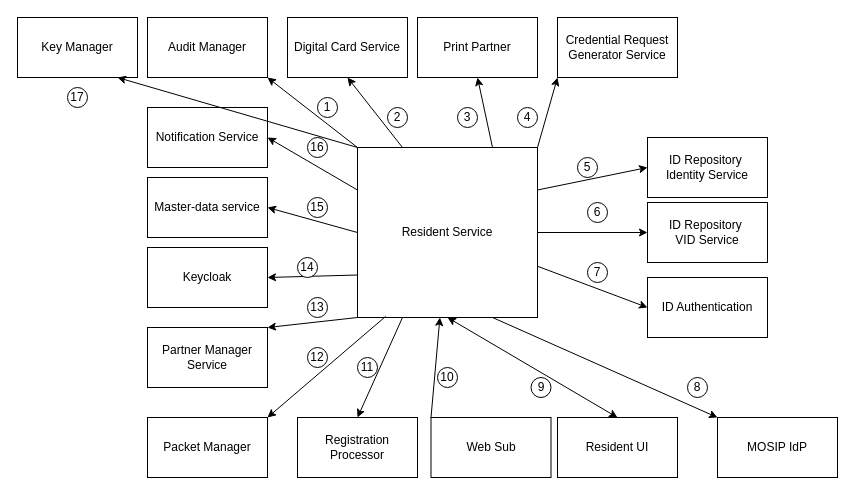
Earlier version of the draw.io diagram docs/_images/rs-entity-relationship.drawio (mosip/documentation). Source tidied: cells renumbered, new cells numbered last; positions are measured from the earlier drawing's top-left corner, leaving out a move shared by most shapes. Both pictures are drawn from the tidied source at 100%, with x=0, y=0 at pixel (17, 17).
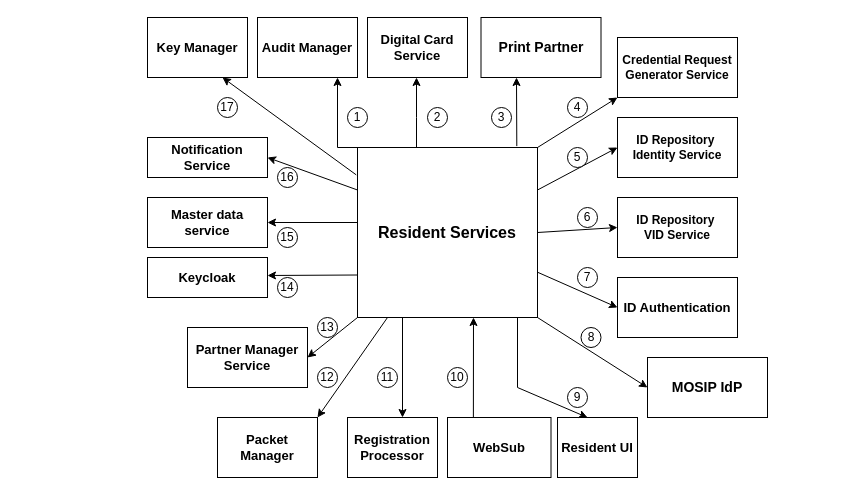
After the change.

What changed in the source:
```diff
@@
-    <mxCell id="2" value="Resident Service" style="rounded=0;whiteSpace=wrap;html=1;" parent="1" vertex="1">
+    <mxCell id="2" value="&lt;b&gt;&lt;font style=&quot;font-size: 16px;&quot;&gt;Resident Services&lt;/font&gt;&lt;/b&gt;" style="rounded=0;whiteSpace=wrap;html=1;" parent="1" vertex="1">
       <mxGeometry x="340" y="130" width="180" height="170" as="geometry" />
     </mxCell>
-    <mxCell id="3" value="Resident UI" style="rounded=0;whiteSpace=wrap;html=1;" parent="1" vertex="1">
-      <mxGeometry x="540" y="400" width="120" height="60" as="geometry" />
+    <mxCell id="3" value="&lt;b&gt;&lt;font style=&quot;font-size: 13px;&quot;&gt;Resident UI&lt;/font&gt;&lt;/b&gt;" style="rounded=0;whiteSpace=wrap;html=1;" parent="1" vertex="1">
+      <mxGeometry x="540" y="400" width="80" height="60" as="geometry" />
     </mxCell>
-    <mxCell id="4" value="MOSIP IdP" style="rounded=0;whiteSpace=wrap;html=1;" parent="1" vertex="1">
-      <mxGeometry x="700" y="400" width="120" height="60" as="geometry" />
+    <mxCell id="4" value="&lt;b&gt;&lt;font style=&quot;font-size: 14px;&quot;&gt;MOSIP IdP&lt;/font&gt;&lt;/b&gt;" style="rounded=0;whiteSpace=wrap;html=1;" parent="1" vertex="1">
+      <mxGeometry x="630" y="340" width="120" height="60" as="geometry" />
     </mxCell>
-    <mxCell id="5" value="ID Repository&amp;nbsp;&lt;br&gt;VID Service" style="rounded=0;whiteSpace=wrap;html=1;" parent="1" vertex="1">
-      <mxGeometry x="630" y="185" width="120" height="60" as="geometry" />
+    <mxCell id="5" value="&lt;b&gt;ID Repository&amp;nbsp;&lt;br&gt;VID Service&lt;/b&gt;" style="rounded=0;whiteSpace=wrap;html=1;" parent="1" vertex="1">
+      <mxGeometry x="600" y="180" width="120" height="60" as="geometry" />
     </mxCell>
-    <mxCell id="6" value="ID Repository&amp;nbsp;&lt;br&gt;Identity Service" style="rounded=0;whiteSpace=wrap;html=1;" parent="1" vertex="1">
-      <mxGeometry x="630" y="120" width="120" height="60" as="geometry" />
+    <mxCell id="6" value="&lt;b&gt;ID Repository&amp;nbsp;&lt;br&gt;Identity Service&lt;/b&gt;" style="rounded=0;whiteSpace=wrap;html=1;" parent="1" vertex="1">
+      <mxGeometry x="600" y="100" width="120" height="60" as="geometry" />
     </mxCell>
-    <mxCell id="7" value="Credential Request Generator Service" style="rounded=0;whiteSpace=wrap;html=1;" parent="1" vertex="1">
-      <mxGeometry x="540" width="120" height="60" as="geometry" />
+    <mxCell id="7" value="&lt;b&gt;Credential Request Generator Service&lt;/b&gt;" style="rounded=0;whiteSpace=wrap;html=1;" parent="1" vertex="1">
+      <mxGeometry x="600" y="20" width="120" height="60" as="geometry" />
     </mxCell>
-    <mxCell id="8" value="Digital Card Service" style="rounded=0;whiteSpace=wrap;html=1;" parent="1" vertex="1">
-      <mxGeometry x="270" width="120" height="60" as="geometry" />
+    <mxCell id="8" value="&lt;b&gt;&lt;font style=&quot;font-size: 13px;&quot;&gt;Digital Card Service&lt;/font&gt;&lt;/b&gt;" style="rounded=0;whiteSpace=wrap;html=1;" parent="1" vertex="1">
+      <mxGeometry x="350" width="100" height="60" as="geometry" />
     </mxCell>
-    <mxCell id="9" value="Audit Manager" style="rounded=0;whiteSpace=wrap;html=1;" parent="1" vertex="1">
-      <mxGeometry x="130" width="120" height="60" as="geometry" />
+    <mxCell id="9" value="&lt;font style=&quot;font-size: 13px;&quot;&gt;&lt;b&gt;Audit&lt;/b&gt; &lt;b&gt;Manager&lt;/b&gt;&lt;/font&gt;" style="rounded=0;whiteSpace=wrap;html=1;" parent="1" vertex="1">
+      <mxGeometry x="240" width="100" height="60" as="geometry" />
     </mxCell>
-    <mxCell id="10" value="Notification Service" style="rounded=0;whiteSpace=wrap;html=1;" parent="1" vertex="1">
-      <mxGeometry x="130" y="90" width="120" height="60" as="geometry" />
+    <mxCell id="10" value="&lt;b&gt;&lt;font style=&quot;font-size: 13px;&quot;&gt;Notification Service&lt;/font&gt;&lt;/b&gt;" style="rounded=0;whiteSpace=wrap;html=1;" parent="1" vertex="1">
+      <mxGeometry x="130" y="120" width="120" height="40" as="geometry" />
     </mxCell>
-    <mxCell id="11" value="Master-data service" style="rounded=0;whiteSpace=wrap;html=1;" parent="1" vertex="1">
-      <mxGeometry x="130" y="160" width="120" height="60" as="geometry" />
+    <mxCell id="11" value="&lt;b&gt;&lt;font style=&quot;font-size: 13px;&quot;&gt;Master data service&lt;/font&gt;&lt;/b&gt;" style="rounded=0;whiteSpace=wrap;html=1;" parent="1" vertex="1">
+      <mxGeometry x="130" y="180" width="120" height="50" as="geometry" />
     </mxCell>
-    <mxCell id="12" value="Partner Manager Service" style="rounded=0;whiteSpace=wrap;html=1;" parent="1" vertex="1">
-      <mxGeometry x="130" y="310" width="120" height="60" as="geometry" />
+    <mxCell id="12" value="&lt;b&gt;&lt;font style=&quot;font-size: 13px;&quot;&gt;Partner Manager Service&lt;/font&gt;&lt;/b&gt;" style="rounded=0;whiteSpace=wrap;html=1;" parent="1" vertex="1">
+      <mxGeometry x="170" y="310" width="120" height="60" as="geometry" />
     </mxCell>
@@
-    <mxCell id="14" style="endArrow=classic;startArrow=classic;html=1;rounded=0;entryX=0.5;entryY=1;entryDx=0;entryDy=0;exitX=0.5;exitY=0;exitDx=0;exitDy=0;" parent="1" edge="1" source="3" target="2">
-      <mxGeometry relative="1" as="geometry" />
-    </mxCell>
-    <mxCell id="15" style="endArrow=classic;html=1;rounded=0;exitX=0.75;exitY=1;exitDx=0;exitDy=0;entryX=0;entryY=0;entryDx=0;entryDy=0;" parent="1" edge="1" source="2" target="4">
-      <mxGeometry relative="1" as="geometry" />
-    </mxCell>
-    <mxCell id="16" style="endArrow=classic;html=1;rounded=0;exitX=0;exitY=0.5;exitDx=0;exitDy=0;entryX=1;entryY=0.5;entryDx=0;entryDy=0;" parent="1" edge="1" source="2" target="11">
-      <mxGeometry relative="1" as="geometry" />
+    <mxCell id="16" style="endArrow=classic;html=1;rounded=0;entryX=1;entryY=0.5;entryDx=0;entryDy=0;" parent="1" edge="1" target="11">
+      <mxGeometry relative="1" as="geometry">
+        <mxPoint x="340" y="205" as="sourcePoint" />
+      </mxGeometry>
     </mxCell>
-    <mxCell id="17" value="Web Sub" style="rounded=0;whiteSpace=wrap;html=1;" parent="1" vertex="1">
-      <mxGeometry x="413.5" y="400" width="120" height="60" as="geometry" />
+    <mxCell id="17" value="&lt;b&gt;&lt;font style=&quot;font-size: 13px;&quot;&gt;WebSub&lt;/font&gt;&lt;/b&gt;" style="rounded=0;whiteSpace=wrap;html=1;" parent="1" vertex="1">
+      <mxGeometry x="430" y="400" width="103.5" height="60" as="geometry" />
     </mxCell>
-    <mxCell id="18" style="endArrow=classic;html=1;rounded=0;exitX=0;exitY=0;exitDx=0;exitDy=0;" parent="1" edge="1" source="17" target="2">
-      <mxGeometry relative="1" as="geometry" />
+    <mxCell id="18" style="endArrow=classic;html=1;rounded=0;exitX=0.25;exitY=0;exitDx=0;exitDy=0;" parent="1" edge="1" source="17">
+      <mxGeometry relative="1" as="geometry">
+        <mxPoint x="456" y="300" as="targetPoint" />
+      </mxGeometry>
     </mxCell>
-    <mxCell id="19" style="endArrow=classic;html=1;rounded=0;entryX=1;entryY=0;entryDx=0;entryDy=0;exitX=0;exitY=1;exitDx=0;exitDy=0;" parent="1" edge="1" source="2" target="12">
+    <mxCell id="19" style="endArrow=classic;html=1;rounded=0;entryX=1;entryY=0.5;entryDx=0;entryDy=0;exitX=0;exitY=1;exitDx=0;exitDy=0;" parent="1" edge="1" source="2" target="12">
       <mxGeometry relative="1" as="geometry" />
     </mxCell>
-    <mxCell id="20" style="endArrow=classic;html=1;rounded=0;entryX=1;entryY=1;entryDx=0;entryDy=0;exitX=0;exitY=0;exitDx=0;exitDy=0;" parent="1" edge="1" source="2" target="9">
-      <mxGeometry relative="1" as="geometry" />
+    <mxCell id="20" style="endArrow=classic;html=1;rounded=0;exitX=0;exitY=0;exitDx=0;exitDy=0;" parent="1" edge="1" source="2">
+      <mxGeometry relative="1" as="geometry">
+        <mxPoint x="320" y="60" as="targetPoint" />
+        <Array as="points">
+          <mxPoint x="320" y="130" />
+        </Array>
+      </mxGeometry>
     </mxCell>
-    <mxCell id="21" style="endArrow=classic;html=1;rounded=0;exitX=0.25;exitY=0;exitDx=0;exitDy=0;entryX=0.5;entryY=1;entryDx=0;entryDy=0;" parent="1" edge="1" source="2" target="8">
-      <mxGeometry relative="1" as="geometry" />
+    <mxCell id="21" style="endArrow=classic;html=1;rounded=0;" parent="1" edge="1">
+      <mxGeometry relative="1" as="geometry">
+        <mxPoint x="399" y="130" as="sourcePoint" />
+        <mxPoint x="399" y="60" as="targetPoint" />
+        <Array as="points">
+          <mxPoint x="399" y="100" />
+        </Array>
+      </mxGeometry>
     </mxCell>
@@
-    <mxCell id="24" value="Print Partner" style="rounded=0;whiteSpace=wrap;html=1;" parent="1" vertex="1">
-      <mxGeometry x="400" width="120" height="60" as="geometry" />
+    <mxCell id="24" value="&lt;b&gt;&lt;font style=&quot;font-size: 14px;&quot;&gt;Print Partner&lt;/font&gt;&lt;/b&gt;" style="rounded=0;whiteSpace=wrap;html=1;" parent="1" vertex="1">
+      <mxGeometry x="463.5" width="120" height="60" as="geometry" />
     </mxCell>
-    <mxCell id="25" style="endArrow=classic;html=1;rounded=0;exitX=0.75;exitY=0;exitDx=0;exitDy=0;entryX=0.5;entryY=1;entryDx=0;entryDy=0;" parent="1" edge="1" source="2" target="24">
-      <mxGeometry relative="1" as="geometry" />
-    </mxCell>
-    <mxCell id="26" value="ID Authentication" style="rounded=0;whiteSpace=wrap;html=1;" parent="1" vertex="1">
-      <mxGeometry x="630" y="260" width="120" height="60" as="geometry" />
+    <mxCell id="26" value="&lt;b&gt;&lt;font style=&quot;font-size: 13px;&quot;&gt;ID Authentication&lt;/font&gt;&lt;/b&gt;" style="rounded=0;whiteSpace=wrap;html=1;" parent="1" vertex="1">
+      <mxGeometry x="600" y="260" width="120" height="60" as="geometry" />
     </mxCell>
@@
-    <mxCell id="28" value="Keycloak" style="rounded=0;whiteSpace=wrap;html=1;" parent="1" vertex="1">
-      <mxGeometry x="130" y="230" width="120" height="60" as="geometry" />
+    <mxCell id="28" value="&lt;b&gt;&lt;font style=&quot;font-size: 13px;&quot;&gt;Keycloak&lt;/font&gt;&lt;/b&gt;" style="rounded=0;whiteSpace=wrap;html=1;" parent="1" vertex="1">
+      <mxGeometry x="130" y="240" width="120" height="40" as="geometry" />
     </mxCell>
-    <mxCell id="29" style="endArrow=classic;html=1;rounded=0;entryX=1;entryY=0.5;entryDx=0;entryDy=0;exitX=0;exitY=0.75;exitDx=0;exitDy=0;" parent="1" edge="1" source="2" target="28">
-      <mxGeometry relative="1" as="geometry" />
+    <mxCell id="29" style="endArrow=classic;html=1;rounded=0;exitX=0;exitY=0.75;exitDx=0;exitDy=0;" parent="1" edge="1" source="2">
+      <mxGeometry relative="1" as="geometry">
+        <mxPoint x="250" y="258" as="targetPoint" />
+      </mxGeometry>
     </mxCell>
-    <mxCell id="30" value="Packet Manager" style="rounded=0;whiteSpace=wrap;html=1;" parent="1" vertex="1">
-      <mxGeometry x="130" y="400" width="120" height="60" as="geometry" />
+    <mxCell id="30" value="&lt;b&gt;&lt;font style=&quot;font-size: 13px;&quot;&gt;Packet Manager&lt;/font&gt;&lt;/b&gt;" style="rounded=0;whiteSpace=wrap;html=1;" parent="1" vertex="1">
+      <mxGeometry x="200" y="400" width="100" height="60" as="geometry" />
     </mxCell>
-    <mxCell id="31" value="Registration Processor" style="rounded=0;whiteSpace=wrap;html=1;" parent="1" vertex="1">
-      <mxGeometry x="280" y="400" width="120" height="60" as="geometry" />
+    <mxCell id="31" value="&lt;b&gt;&lt;font style=&quot;font-size: 13px;&quot;&gt;Registration Processor&lt;/font&gt;&lt;/b&gt;" style="rounded=0;whiteSpace=wrap;html=1;" parent="1" vertex="1">
+      <mxGeometry x="330" y="400" width="90" height="60" as="geometry" />
     </mxCell>
-    <mxCell id="32" style="endArrow=classic;html=1;rounded=0;entryX=1;entryY=0;entryDx=0;entryDy=0;exitX=0.156;exitY=0.994;exitDx=0;exitDy=0;exitPerimeter=0;" parent="1" edge="1" source="2" target="30">
-      <mxGeometry relative="1" as="geometry" />
+    <mxCell id="32" style="endArrow=classic;html=1;rounded=0;entryX=1;entryY=0;entryDx=0;entryDy=0;" parent="1" edge="1" target="30">
+      <mxGeometry relative="1" as="geometry">
+        <mxPoint x="370" y="300" as="sourcePoint" />
+      </mxGeometry>
     </mxCell>
-    <mxCell id="33" style="endArrow=classic;html=1;rounded=0;entryX=0.5;entryY=0;entryDx=0;entryDy=0;exitX=0.25;exitY=1;exitDx=0;exitDy=0;" parent="1" edge="1" source="2" target="31">
-      <mxGeometry relative="1" as="geometry" />
-    </mxCell>
     <mxCell id="34" value="7" style="ellipse;whiteSpace=wrap;html=1;" parent="1" vertex="1">
-      <mxGeometry x="570" y="245" width="20" height="20" as="geometry" />
+      <mxGeometry x="560" y="250" width="20" height="20" as="geometry" />
     </mxCell>
     <mxCell id="35" value="5" style="ellipse;whiteSpace=wrap;html=1;" parent="1" vertex="1">
-      <mxGeometry x="560" y="140" width="20" height="20" as="geometry" />
+      <mxGeometry x="550" y="130" width="20" height="20" as="geometry" />
     </mxCell>
     <mxCell id="36" value="4" style="ellipse;whiteSpace=wrap;html=1;" parent="1" vertex="1">
-      <mxGeometry x="500" y="90" width="20" height="20" as="geometry" />
+      <mxGeometry x="550" y="80" width="20" height="20" as="geometry" />
     </mxCell>
     <mxCell id="37" value="3" style="ellipse;whiteSpace=wrap;html=1;" parent="1" vertex="1">
-      <mxGeometry x="440" y="90" width="20" height="20" as="geometry" />
+      <mxGeometry x="474" y="90" width="20" height="20" as="geometry" />
     </mxCell>
     <mxCell id="38" value="2" style="ellipse;whiteSpace=wrap;html=1;" parent="1" vertex="1">
-      <mxGeometry x="370" y="90" width="20" height="20" as="geometry" />
+      <mxGeometry x="410" y="90" width="20" height="20" as="geometry" />
     </mxCell>
     <mxCell id="39" value="1" style="ellipse;whiteSpace=wrap;html=1;" parent="1" vertex="1">
-      <mxGeometry x="300" y="80" width="20" height="20" as="geometry" />
+      <mxGeometry x="330" y="90" width="20" height="20" as="geometry" />
     </mxCell>
     <mxCell id="40" value="15" style="ellipse;whiteSpace=wrap;html=1;" parent="1" vertex="1">
-      <mxGeometry x="290" y="180" width="20" height="20" as="geometry" />
+      <mxGeometry x="260" y="210" width="20" height="20" as="geometry" />
     </mxCell>
     <mxCell id="41" value="14" style="ellipse;whiteSpace=wrap;html=1;" parent="1" vertex="1">
-      <mxGeometry x="280" y="240" width="20" height="20" as="geometry" />
+      <mxGeometry x="260" y="260" width="20" height="20" as="geometry" />
     </mxCell>
     <mxCell id="42" value="13" style="ellipse;whiteSpace=wrap;html=1;" parent="1" vertex="1">
-      <mxGeometry x="290" y="280" width="20" height="20" as="geometry" />
+      <mxGeometry x="300" y="300" width="20" height="20" as="geometry" />
     </mxCell>
     <mxCell id="43" value="12" style="ellipse;whiteSpace=wrap;html=1;" parent="1" vertex="1">
-      <mxGeometry x="290" y="330" width="20" height="20" as="geometry" />
+      <mxGeometry x="300" y="350" width="20" height="20" as="geometry" />
     </mxCell>
     <mxCell id="44" value="11" style="ellipse;whiteSpace=wrap;html=1;" parent="1" vertex="1">
-      <mxGeometry x="340" y="340" width="20" height="20" as="geometry" />
+      <mxGeometry x="360" y="350" width="20" height="20" as="geometry" />
     </mxCell>
     <mxCell id="45" value="10" style="ellipse;whiteSpace=wrap;html=1;" parent="1" vertex="1">
-      <mxGeometry x="420" y="350" width="20" height="20" as="geometry" />
+      <mxGeometry x="430" y="350" width="20" height="20" as="geometry" />
     </mxCell>
     <mxCell id="46" value="9" style="ellipse;whiteSpace=wrap;html=1;" parent="1" vertex="1">
-      <mxGeometry x="513.5" y="360" width="20" height="20" as="geometry" />
+      <mxGeometry x="550" y="370" width="20" height="20" as="geometry" />
     </mxCell>
     <mxCell id="47" value="8" style="ellipse;whiteSpace=wrap;html=1;" parent="1" vertex="1">
-      <mxGeometry x="670" y="360" width="20" height="20" as="geometry" />
+      <mxGeometry x="563.5" y="310" width="20" height="20" as="geometry" />
     </mxCell>
@@
     <mxCell id="49" value="6" style="ellipse;whiteSpace=wrap;html=1;" parent="1" vertex="1">
-      <mxGeometry x="570" y="185" width="20" height="20" as="geometry" />
+      <mxGeometry x="560" y="190" width="20" height="20" as="geometry" />
     </mxCell>
     <mxCell id="50" value="16" style="ellipse;whiteSpace=wrap;html=1;" parent="1" vertex="1">
-      <mxGeometry x="290" y="120" width="20" height="20" as="geometry" />
+      <mxGeometry x="260" y="150" width="20" height="20" as="geometry" />
     </mxCell>
-    <mxCell id="51" value="Key Manager" style="rounded=0;whiteSpace=wrap;html=1;" parent="1" vertex="1">
-      <mxGeometry width="120" height="60" as="geometry" />
+    <mxCell id="51" value="&lt;font style=&quot;font-size: 13px;&quot;&gt;&lt;b&gt;Key Manager&lt;/b&gt;&lt;/font&gt;" style="rounded=0;whiteSpace=wrap;html=1;" parent="1" vertex="1">
+      <mxGeometry x="130" width="100" height="60" as="geometry" />
     </mxCell>
+    <mxCell id="53" value="17" style="ellipse;whiteSpace=wrap;html=1;" parent="1" vertex="1">
+      <mxGeometry x="200" y="80" width="20" height="20" as="geometry" />
+    </mxCell>
+    <mxCell id="54" style="endArrow=classic;html=1;rounded=0;" parent="1" edge="1">
+      <mxGeometry relative="1" as="geometry">
+        <mxPoint x="500" y="300" as="sourcePoint" />
+        <mxPoint x="570" y="400" as="targetPoint" />
+        <Array as="points">
+          <mxPoint x="500" y="370" />
+        </Array>
+      </mxGeometry>
+    </mxCell>
+    <mxCell id="55" style="endArrow=classic;html=1;rounded=0;exitX=0.25;exitY=1;exitDx=0;exitDy=0;" parent="1" edge="1" source="2">
+      <mxGeometry relative="1" as="geometry">
+        <mxPoint x="385" y="400" as="targetPoint" />
+      </mxGeometry>
+    </mxCell>
-    <mxCell id="52" style="endArrow=classic;html=1;exitX=0;exitY=0;exitDx=0;exitDy=0;entryX=0.833;entryY=1;entryDx=0;entryDy=0;entryPerimeter=0;" parent="1" edge="1" source="2" target="51">
+    <mxCell id="52" style="endArrow=classic;html=1;rounded=0;entryX=0.75;entryY=1;entryDx=0;entryDy=0;exitX=-0.007;exitY=0.161;exitDx=0;exitDy=0;exitPerimeter=0;" parent="1" edge="1" source="2" target="51">
       <mxGeometry relative="1" as="geometry" />
     </mxCell>
-    <mxCell id="53" value="17" style="ellipse;whiteSpace=wrap;html=1;" parent="1" vertex="1">
-      <mxGeometry x="50" y="70" width="20" height="20" as="geometry" />
-    </mxCell>
+    <mxCell id="56" style="endArrow=classic;html=1;rounded=0;fontSize=13;exitX=0.885;exitY=-0.008;exitDx=0;exitDy=0;exitPerimeter=0;" parent="1" edge="1" source="2">
+      <mxGeometry relative="1" as="geometry">
+        <mxPoint x="499" y="60" as="targetPoint" />
+      </mxGeometry>
+    </mxCell>
+    <mxCell id="15" style="endArrow=classic;html=1;rounded=0;fontSize=13;entryX=0;entryY=0.5;entryDx=0;entryDy=0;exitX=1;exitY=1;exitDx=0;exitDy=0;" parent="1" edge="1" source="2" target="4">
+      <mxGeometry relative="1" as="geometry" />
+    </mxCell>
```
